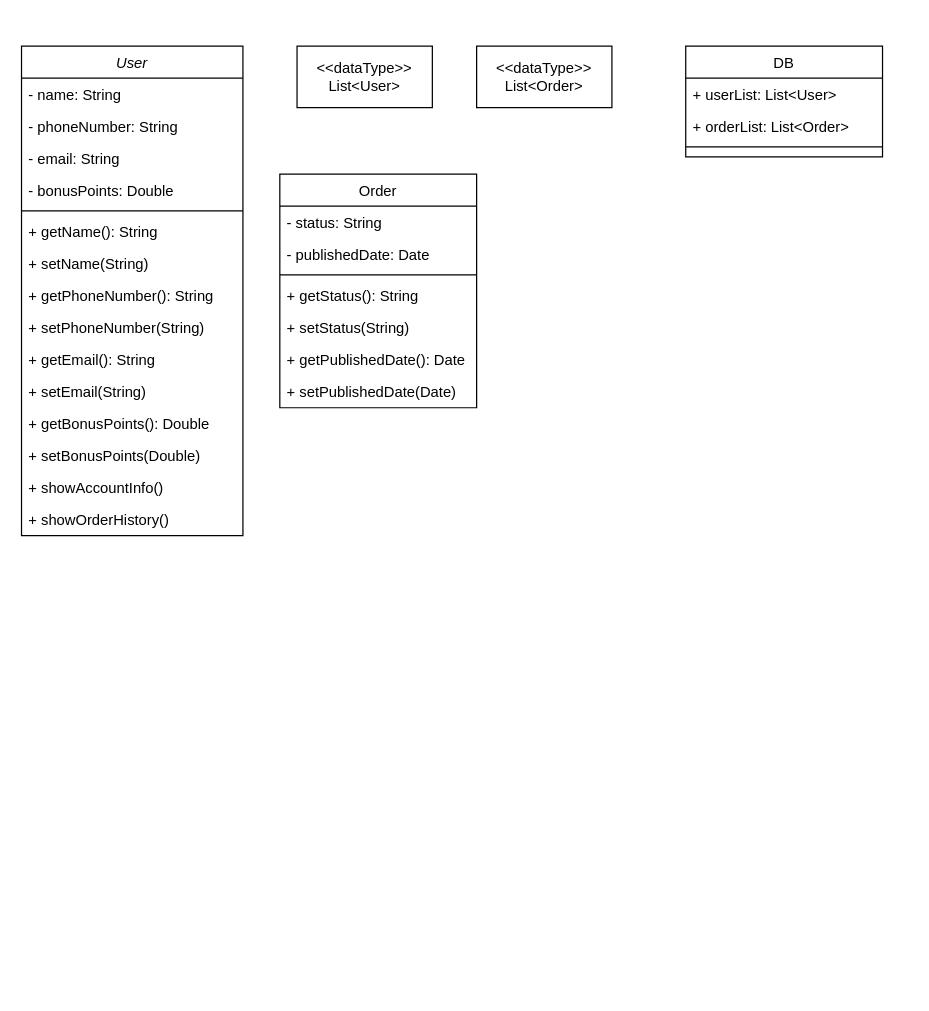
Before: ДиаграммаКлассов.drawio in hard-gainer/UML, a draw.io diagram. Source tidied: cells renumbered, new cells numbered last; positions are measured from the earlier drawing's top-left corner, leaving out a move shared by most shapes. Both pictures are drawn from the tidied source at 123%, with x=0, y=0 at pixel (21, 46).
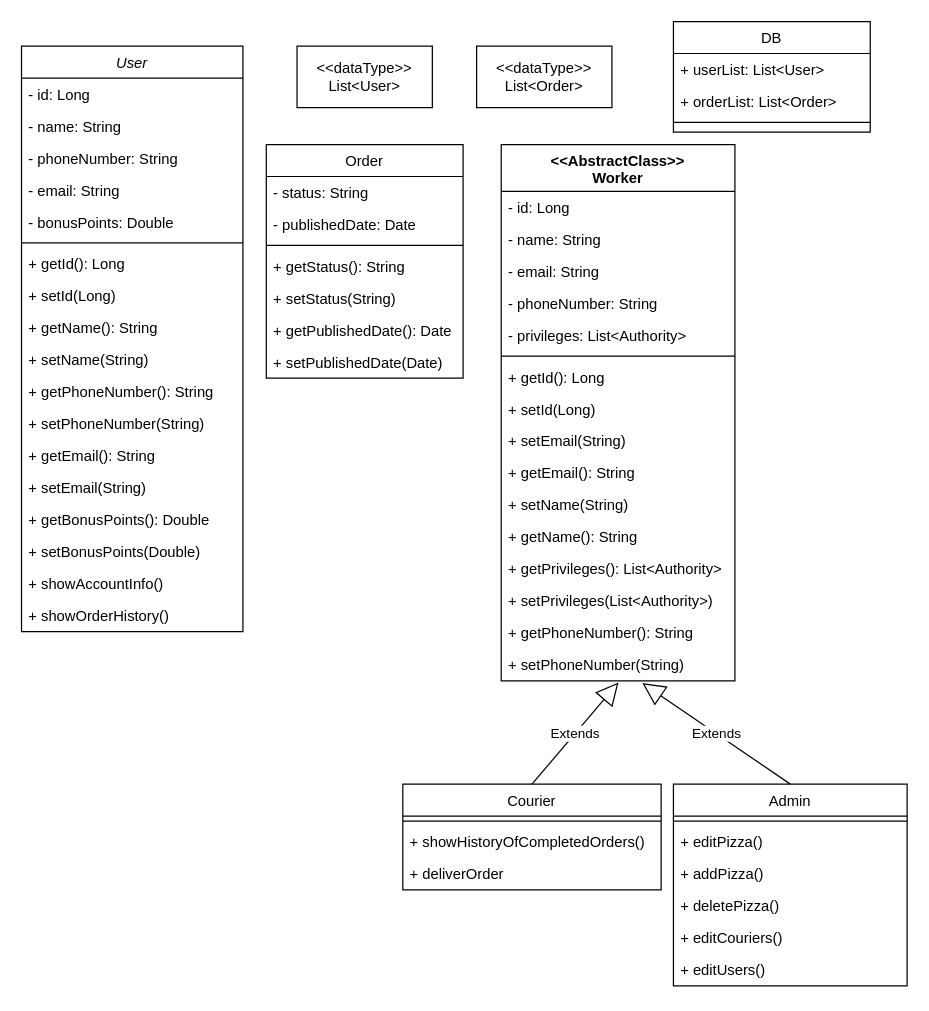
Above is the later version.

What changed in the source:
```diff
@@
     <mxCell id="2" value="User" style="swimlane;fontStyle=2;align=center;verticalAlign=top;horizontal=1;startSize=26;rounded=0;shadow=0;strokeWidth=1;" parent="1" vertex="1">
-      <mxGeometry width="180" height="398" as="geometry" />
+      <mxGeometry width="180" height="476" as="geometry" />
     </mxCell>
+    <mxCell id="32" value="- id: Long" style="text;align=left;verticalAlign=top;spacingLeft=4;spacingRight=4;overflow=hidden;" parent="2" vertex="1">
+      <mxGeometry y="26" width="180" height="26" as="geometry" />
+    </mxCell>
     <mxCell id="3" value="- name: String" style="text;align=left;verticalAlign=top;spacingLeft=4;spacingRight=4;overflow=hidden;" parent="2" vertex="1">
-      <mxGeometry y="26" width="180" height="26" as="geometry" />
+      <mxGeometry y="52" width="180" height="26" as="geometry" />
     </mxCell>
     <mxCell id="4" value="- phoneNumber: String" style="text;align=left;verticalAlign=top;spacingLeft=4;spacingRight=4;overflow=hidden;rounded=0;shadow=0;html=0;" parent="2" vertex="1">
-      <mxGeometry y="52" width="180" height="26" as="geometry" />
+      <mxGeometry y="78" width="180" height="26" as="geometry" />
     </mxCell>
     <mxCell id="5" value="- email: String" style="text;align=left;verticalAlign=top;spacingLeft=4;spacingRight=4;overflow=hidden;rounded=0;shadow=0;html=0;" parent="2" vertex="1">
-      <mxGeometry y="78" width="180" height="26" as="geometry" />
+      <mxGeometry y="104" width="180" height="26" as="geometry" />
     </mxCell>
     <mxCell id="6" value="- bonusPoints: Double" style="text;align=left;verticalAlign=top;spacingLeft=4;spacingRight=4;overflow=hidden;rounded=0;shadow=0;html=0;" parent="2" vertex="1">
-      <mxGeometry y="104" width="180" height="26" as="geometry" />
+      <mxGeometry y="130" width="180" height="26" as="geometry" />
     </mxCell>
     <mxCell id="7" style="line;html=1;strokeWidth=1;align=left;verticalAlign=middle;spacingTop=-1;spacingLeft=3;spacingRight=3;labelPosition=right;" parent="2" vertex="1">
-      <mxGeometry y="130" width="180" height="8" as="geometry" />
+      <mxGeometry y="156" width="180" height="8" as="geometry" />
     </mxCell>
+    <mxCell id="33" value="+ getId(): Long" style="text;align=left;verticalAlign=top;spacingLeft=4;spacingRight=4;overflow=hidden;" parent="2" vertex="1">
+      <mxGeometry y="164" width="180" height="26" as="geometry" />
+    </mxCell>
+    <mxCell id="34" value="+ setId(Long)" style="text;align=left;verticalAlign=top;spacingLeft=4;spacingRight=4;overflow=hidden;" parent="2" vertex="1">
+      <mxGeometry y="190" width="180" height="26" as="geometry" />
+    </mxCell>
     <mxCell id="8" value="+ getName(): String" style="text;align=left;verticalAlign=top;spacingLeft=4;spacingRight=4;overflow=hidden;" parent="2" vertex="1">
-      <mxGeometry y="138" width="180" height="26" as="geometry" />
+      <mxGeometry y="216" width="180" height="26" as="geometry" />
     </mxCell>
     <mxCell id="9" value="+ setName(String)" style="text;align=left;verticalAlign=top;spacingLeft=4;spacingRight=4;overflow=hidden;" parent="2" vertex="1">
-      <mxGeometry y="164" width="180" height="26" as="geometry" />
+      <mxGeometry y="242" width="180" height="26" as="geometry" />
     </mxCell>
     <mxCell id="10" value="+ getPhoneNumber(): String" style="text;align=left;verticalAlign=top;spacingLeft=4;spacingRight=4;overflow=hidden;" parent="2" vertex="1">
-      <mxGeometry y="190" width="180" height="26" as="geometry" />
+      <mxGeometry y="268" width="180" height="26" as="geometry" />
     </mxCell>
     <mxCell id="11" value="+ setPhoneNumber(String)" style="text;align=left;verticalAlign=top;spacingLeft=4;spacingRight=4;overflow=hidden;" parent="2" vertex="1">
-      <mxGeometry y="216" width="180" height="26" as="geometry" />
+      <mxGeometry y="294" width="180" height="26" as="geometry" />
     </mxCell>
     <mxCell id="12" value="+ getEmail(): String" style="text;align=left;verticalAlign=top;spacingLeft=4;spacingRight=4;overflow=hidden;" parent="2" vertex="1">
-      <mxGeometry y="242" width="180" height="26" as="geometry" />
+      <mxGeometry y="320" width="180" height="26" as="geometry" />
     </mxCell>
     <mxCell id="13" value="+ setEmail(String)" style="text;align=left;verticalAlign=top;spacingLeft=4;spacingRight=4;overflow=hidden;" parent="2" vertex="1">
-      <mxGeometry y="268" width="180" height="26" as="geometry" />
+      <mxGeometry y="346" width="180" height="26" as="geometry" />
     </mxCell>
     <mxCell id="14" value="+ getBonusPoints(): Double" style="text;align=left;verticalAlign=top;spacingLeft=4;spacingRight=4;overflow=hidden;" parent="2" vertex="1">
-      <mxGeometry y="294" width="180" height="26" as="geometry" />
+      <mxGeometry y="372" width="180" height="26" as="geometry" />
     </mxCell>
     <mxCell id="15" value="+ setBonusPoints(Double)" style="text;align=left;verticalAlign=top;spacingLeft=4;spacingRight=4;overflow=hidden;" parent="2" vertex="1">
-      <mxGeometry y="320" width="180" height="26" as="geometry" />
+      <mxGeometry y="398" width="180" height="26" as="geometry" />
     </mxCell>
     <mxCell id="16" value="+ showAccountInfo()" style="text;align=left;verticalAlign=top;spacingLeft=4;spacingRight=4;overflow=hidden;" parent="2" vertex="1">
-      <mxGeometry y="346" width="180" height="26" as="geometry" />
+      <mxGeometry y="424" width="180" height="26" as="geometry" />
     </mxCell>
     <mxCell id="17" value="+ showOrderHistory()" style="text;align=left;verticalAlign=top;spacingLeft=4;spacingRight=4;overflow=hidden;" parent="2" vertex="1">
-      <mxGeometry y="372" width="180" height="26" as="geometry" />
+      <mxGeometry y="450" width="180" height="26" as="geometry" />
     </mxCell>
     <mxCell id="18" value="DB" style="swimlane;fontStyle=0;align=center;verticalAlign=top;horizontal=1;startSize=26;rounded=0;shadow=0;strokeWidth=1;" parent="1" vertex="1">
-      <mxGeometry x="540" width="160" height="90" as="geometry" />
+      <mxGeometry x="530" y="-20" width="160" height="90" as="geometry" />
     </mxCell>
@@
     <mxCell id="22" value="Order" style="swimlane;fontStyle=0;align=center;verticalAlign=top;horizontal=1;startSize=26;rounded=0;shadow=0;strokeWidth=1;" parent="1" vertex="1">
-      <mxGeometry x="210" y="104" width="160" height="190" as="geometry" />
+      <mxGeometry x="199" y="80" width="160" height="190" as="geometry" />
     </mxCell>
@@
+    <mxCell id="35" value="&lt;div&gt;&amp;lt;&amp;lt;AbstractClass&amp;gt;&amp;gt;&lt;/div&gt;&lt;div&gt;Worker&lt;/div&gt;" style="swimlane;fontStyle=1;align=center;verticalAlign=top;horizontal=1;startSize=38;whiteSpace=wrap;html=1;" parent="1" vertex="1">
+      <mxGeometry x="390" y="80" width="190" height="436" as="geometry" />
+    </mxCell>
+    <mxCell id="36" value="- id: Long" style="text;align=left;verticalAlign=top;spacingLeft=4;spacingRight=4;overflow=hidden;" parent="35" vertex="1">
+      <mxGeometry y="38" width="190" height="26" as="geometry" />
+    </mxCell>
+    <mxCell id="37" value="- name: String" style="text;align=left;verticalAlign=top;spacingLeft=4;spacingRight=4;overflow=hidden;" parent="35" vertex="1">
+      <mxGeometry y="64" width="190" height="26" as="geometry" />
+    </mxCell>
+    <mxCell id="38" value="- email: String" style="text;align=left;verticalAlign=top;spacingLeft=4;spacingRight=4;overflow=hidden;rounded=0;shadow=0;html=0;" parent="35" vertex="1">
+      <mxGeometry y="90" width="190" height="26" as="geometry" />
+    </mxCell>
+    <mxCell id="39" value="- phoneNumber: String" style="text;align=left;verticalAlign=top;spacingLeft=4;spacingRight=4;overflow=hidden;rounded=0;shadow=0;html=0;" parent="35" vertex="1">
+      <mxGeometry y="116" width="190" height="26" as="geometry" />
+    </mxCell>
+    <mxCell id="40" value="- privileges: List&lt;Authority&gt;" style="text;align=left;verticalAlign=top;spacingLeft=4;spacingRight=4;overflow=hidden;" parent="35" vertex="1">
+      <mxGeometry y="142" width="190" height="26" as="geometry" />
+    </mxCell>
+    <mxCell id="41" style="line;strokeWidth=1;fillColor=none;align=left;verticalAlign=middle;spacingTop=-1;spacingLeft=3;spacingRight=3;labelPosition=right;strokeColor=inherit;" parent="35" vertex="1">
+      <mxGeometry y="168" width="190" height="8" as="geometry" />
+    </mxCell>
+    <mxCell id="42" value="+ getId(): Long" style="text;align=left;verticalAlign=top;spacingLeft=4;spacingRight=4;overflow=hidden;" parent="35" vertex="1">
+      <mxGeometry y="176" width="190" height="26" as="geometry" />
+    </mxCell>
+    <mxCell id="43" value="+ setId(Long)" style="text;align=left;verticalAlign=top;spacingLeft=4;spacingRight=4;overflow=hidden;" parent="35" vertex="1">
+      <mxGeometry y="202" width="190" height="26" as="geometry" />
+    </mxCell>
+    <mxCell id="44" value="+ setEmail(String)" style="text;align=left;verticalAlign=top;spacingLeft=4;spacingRight=4;overflow=hidden;" parent="35" vertex="1">
+      <mxGeometry y="228" width="190" height="26" as="geometry" />
+    </mxCell>
+    <mxCell id="45" value="+ getEmail(): String" style="text;align=left;verticalAlign=top;spacingLeft=4;spacingRight=4;overflow=hidden;" parent="35" vertex="1">
+      <mxGeometry y="254" width="190" height="26" as="geometry" />
+    </mxCell>
+    <mxCell id="46" value="+ setName(String)" style="text;align=left;verticalAlign=top;spacingLeft=4;spacingRight=4;overflow=hidden;" parent="35" vertex="1">
+      <mxGeometry y="280" width="190" height="26" as="geometry" />
+    </mxCell>
+    <mxCell id="47" value="+ getName(): String" style="text;align=left;verticalAlign=top;spacingLeft=4;spacingRight=4;overflow=hidden;" parent="35" vertex="1">
+      <mxGeometry y="306" width="190" height="26" as="geometry" />
+    </mxCell>
+    <mxCell id="48" value="+ getPrivileges(): List&lt;Authority&gt;" style="text;align=left;verticalAlign=top;spacingLeft=4;spacingRight=4;overflow=hidden;" parent="35" vertex="1">
+      <mxGeometry y="332" width="190" height="26" as="geometry" />
+    </mxCell>
+    <mxCell id="49" value="+ setPrivileges(List&lt;Authority&gt;)" style="text;align=left;verticalAlign=top;spacingLeft=4;spacingRight=4;overflow=hidden;" parent="35" vertex="1">
+      <mxGeometry y="358" width="190" height="26" as="geometry" />
+    </mxCell>
+    <mxCell id="50" value="+ getPhoneNumber(): String" style="text;align=left;verticalAlign=top;spacingLeft=4;spacingRight=4;overflow=hidden;" parent="35" vertex="1">
+      <mxGeometry y="384" width="190" height="26" as="geometry" />
+    </mxCell>
+    <mxCell id="51" value="+ setPhoneNumber(String)" style="text;align=left;verticalAlign=top;spacingLeft=4;spacingRight=4;overflow=hidden;points=[[0,0.5],[1,0.5]];portConstraint=eastwest;" parent="35" vertex="1">
+      <mxGeometry y="410" width="190" height="26" as="geometry" />
+    </mxCell>
+    <mxCell id="52" value="Courier" style="swimlane;fontStyle=0;align=center;verticalAlign=top;horizontal=1;startSize=26;rounded=0;shadow=0;strokeWidth=1;" parent="1" vertex="1">
+      <mxGeometry x="310" y="600" width="210" height="86" as="geometry" />
+    </mxCell>
+    <mxCell id="53" style="line;html=1;strokeWidth=1;align=left;verticalAlign=middle;spacingTop=-1;spacingLeft=3;spacingRight=3;labelPosition=right;" parent="52" vertex="1">
+      <mxGeometry y="26" width="210" height="8" as="geometry" />
+    </mxCell>
+    <mxCell id="54" value="+ showHistoryOfCompletedOrders()" style="text;align=left;verticalAlign=top;spacingLeft=4;spacingRight=4;overflow=hidden;" parent="52" vertex="1">
+      <mxGeometry y="34" width="210" height="26" as="geometry" />
+    </mxCell>
+    <mxCell id="55" value="+ deliverOrder" style="text;align=left;verticalAlign=top;spacingLeft=4;spacingRight=4;overflow=hidden;" parent="52" vertex="1">
+      <mxGeometry y="60" width="210" height="26" as="geometry" />
+    </mxCell>
+    <mxCell id="56" value="Admin" style="swimlane;fontStyle=0;align=center;verticalAlign=top;horizontal=1;startSize=26;rounded=0;shadow=0;strokeWidth=1;" parent="1" vertex="1">
+      <mxGeometry x="530" y="600" width="190" height="164" as="geometry" />
+    </mxCell>
+    <mxCell id="57" style="line;html=1;strokeWidth=1;align=left;verticalAlign=middle;spacingTop=-1;spacingLeft=3;spacingRight=3;labelPosition=right;" parent="56" vertex="1">
+      <mxGeometry y="26" width="190" height="8" as="geometry" />
+    </mxCell>
+    <mxCell id="58" value="+ editPizza()" style="text;align=left;verticalAlign=top;spacingLeft=4;spacingRight=4;overflow=hidden;" parent="56" vertex="1">
+      <mxGeometry y="34" width="190" height="26" as="geometry" />
+    </mxCell>
+    <mxCell id="59" value="+ addPizza()" style="text;align=left;verticalAlign=top;spacingLeft=4;spacingRight=4;overflow=hidden;" parent="56" vertex="1">
+      <mxGeometry y="60" width="190" height="26" as="geometry" />
+    </mxCell>
+    <mxCell id="60" value="+ deletePizza()" style="text;align=left;verticalAlign=top;spacingLeft=4;spacingRight=4;overflow=hidden;" parent="56" vertex="1">
+      <mxGeometry y="86" width="190" height="26" as="geometry" />
+    </mxCell>
+    <mxCell id="61" value="+ editCouriers()" style="text;align=left;verticalAlign=top;spacingLeft=4;spacingRight=4;overflow=hidden;" parent="56" vertex="1">
+      <mxGeometry y="112" width="190" height="26" as="geometry" />
+    </mxCell>
+    <mxCell id="62" value="+ editUsers()" style="text;align=left;verticalAlign=top;spacingLeft=4;spacingRight=4;overflow=hidden;" parent="56" vertex="1">
+      <mxGeometry y="138" width="190" height="26" as="geometry" />
+    </mxCell>
+    <mxCell id="63" value="Extends" style="endArrow=block;endSize=16;endFill=0;html=1;rounded=0;exitX=0.5;exitY=0;exitDx=0;exitDy=0;entryX=0.502;entryY=1.049;entryDx=0;entryDy=0;entryPerimeter=0;" parent="1" edge="1" source="52" target="51">
+      <mxGeometry relative="1" as="geometry" />
+    </mxCell>
+    <mxCell id="64" value="Extends" style="endArrow=block;endSize=16;endFill=0;html=1;rounded=0;exitX=0.5;exitY=0;exitDx=0;exitDy=0;entryX=0.604;entryY=1.071;entryDx=0;entryDy=0;entryPerimeter=0;" parent="1" edge="1" source="56" target="51">
+      <mxGeometry relative="1" as="geometry" />
+    </mxCell>
```
